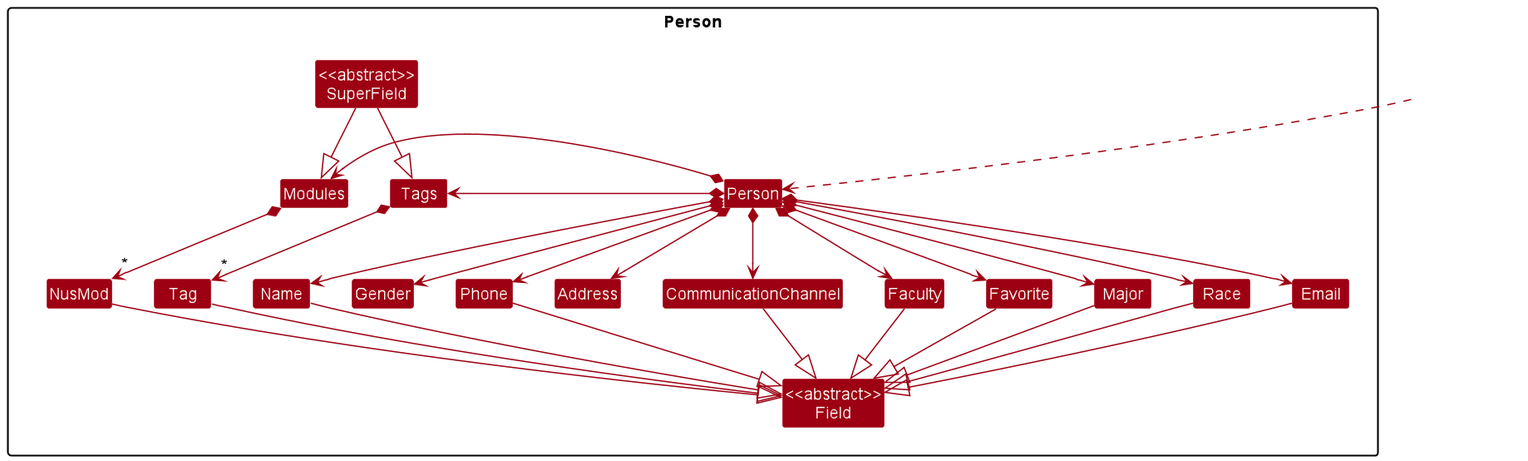
Earlier version of the PlantUML export docs/images/PersonDiagram.png (nus-cs2103-AY2223S2/tp).
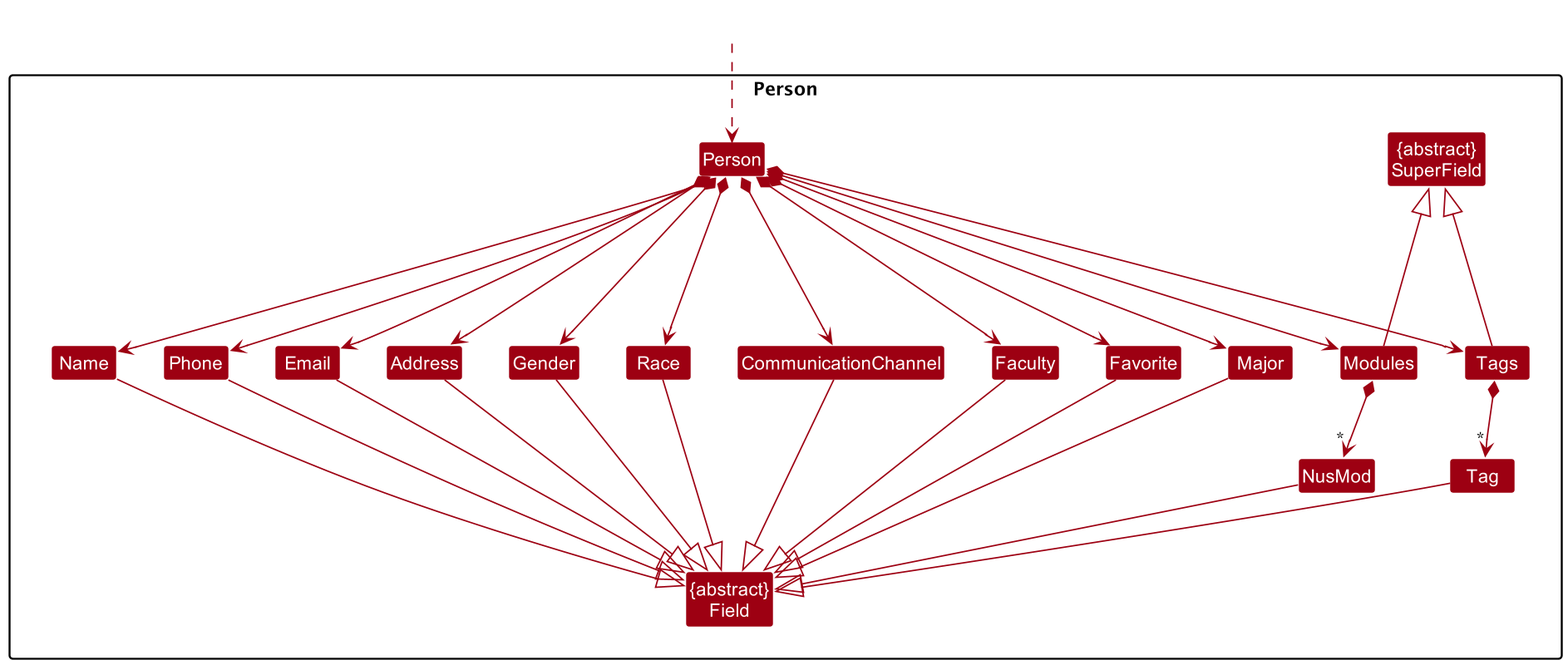
After the change.

Commit message:
Update DG links and diagrams

The edit, as a diff of the source:
```diff
@@ -3,8 +3,7 @@
 skinparam arrowThickness 1.1
 skinparam arrowColor MODEL_COLOR
 skinparam classBackgroundColor MODEL_COLOR
-scale 450 width
-scale 400 height
+scale 800 height
 
 Class HiddenOutside #FFFFFF
 HiddenOutside .down.> Person
@@ -27,39 +26,52 @@
     Class Tags
     Class NusMod
 
-    Class "<<abstract>>\nField" as Field
-    Class "<<abstract>>\nSuperField" as SuperField
+    Class "{abstract}\nField" as Field
+    Class "{abstract}\nSuperField" as SuperField
 
 }
 
-Person *--> Gender
-Person *--> Address
-Person *--> Name
+Person *---> Name
 Person *--> Phone
 Person *--> Email
+Person *--> Address
+Person *--> Gender
+Person *--> Race
 Person *--> CommunicationChannel
 Person *--> Faculty
 Person *--> Favorite
 Person *--> Major
-Person *-right-> Modules
+Person *--> Modules
+Person *--> Tags
 Modules *--> "*" NusMod
-Person *--> Race
-Person *-right-> Tags
 Tags *--> "*" Tag
 
-Name -down-|> Field
-Email -down-|> Field
-Phone -down-|> Field
-CommunicationChannel -down-|> Field
-Faculty -down-|>Field
-Favorite -down-|> Field
-Major -down-|> Field
-NusMod -down-|> Field
-Race -down-|> Field
-Tag -down-|> Field
+Name --|> Field
+Email --|> Field
+Phone --|> Field
+Address --|> Field
+Gender --|> Field
+CommunicationChannel --|> Field
+Faculty --|>Field
+Favorite --|> Field
+Major --|> Field
+NusMod --|> Field
+Race --|> Field
+Tag --|> Field
 
-SuperField -down-|> Modules
-SuperField -down-|> Tags
+Modules --up-|> SuperField
+Tags --up-|> SuperField
 
+Name -[hidden]right- Phone
+Phone -[hidden]right- Email
+Email -[hidden]right- Address
+Address -[hidden]right- Gender
+Gender -[hidden]right- Race
+Race -[hidden]right- CommunicationChannel
+CommunicationChannel -[hidden]right- Faculty
+Faculty -[hidden]right- Favorite
+Favorite -[hidden]right- Major
+Major -[hidden]right- Modules
+Modules -[hidden]right- Tags
 
 @enduml
```
